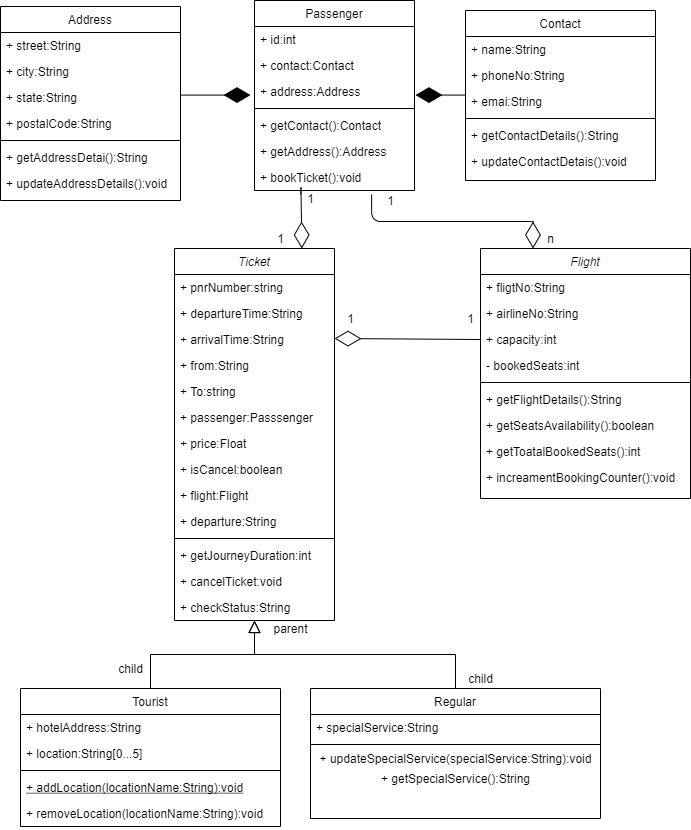
Above: FRSdiagram.png in ankitaaghodake/FRS-Diagram (draw.io), before the change. Source tidied: cells renumbered, new cells last; positions are measured from the earlier drawing's top-left corner, leaving out a move shared by most shapes. Source of this version:
```xml
<mxGraphModel>
  <root>
    <mxCell id="0" />
    <mxCell id="1" parent="0" />
    <mxCell id="2" value="Ticket" style="swimlane;fontStyle=2;align=center;verticalAlign=top;horizontal=1;startSize=26;rounded=0;shadow=0;strokeWidth=1;" parent="1" vertex="1">
      <mxGeometry x="174" y="248" width="160" height="372" as="geometry" />
    </mxCell>
    <mxCell id="3" value="+ pnrNumber:string&#10;&#10;" style="text;align=left;verticalAlign=top;spacingLeft=4;spacingRight=4;overflow=hidden;" parent="2" vertex="1">
      <mxGeometry y="26" width="160" height="26" as="geometry" />
    </mxCell>
    <mxCell id="4" value="+ departureTime:String" style="text;align=left;verticalAlign=top;spacingLeft=4;spacingRight=4;overflow=hidden;rounded=0;shadow=0;html=0;" parent="2" vertex="1">
      <mxGeometry y="52" width="160" height="26" as="geometry" />
    </mxCell>
    <mxCell id="5" value="+ arrivalTime:String" style="text;align=left;verticalAlign=top;spacingLeft=4;spacingRight=4;overflow=hidden;rounded=0;shadow=0;html=0;" parent="2" vertex="1">
      <mxGeometry y="78" width="160" height="26" as="geometry" />
    </mxCell>
    <mxCell id="6" value="+ from:String" style="text;strokeColor=none;fillColor=none;align=left;verticalAlign=top;spacingLeft=4;spacingRight=4;overflow=hidden;" parent="2" vertex="1">
      <mxGeometry y="104" width="160" height="26" as="geometry" />
    </mxCell>
    <mxCell id="7" value="+ To:string" style="text;strokeColor=none;fillColor=none;align=left;verticalAlign=top;spacingLeft=4;spacingRight=4;overflow=hidden;" parent="2" vertex="1">
      <mxGeometry y="130" width="160" height="26" as="geometry" />
    </mxCell>
    <mxCell id="8" value="+ passenger:Passsenger" style="text;strokeColor=none;fillColor=none;align=left;verticalAlign=top;spacingLeft=4;spacingRight=4;overflow=hidden;" parent="2" vertex="1">
      <mxGeometry y="156" width="160" height="26" as="geometry" />
    </mxCell>
    <mxCell id="9" value="+ price:Float" style="text;strokeColor=none;fillColor=none;align=left;verticalAlign=top;spacingLeft=4;spacingRight=4;overflow=hidden;" parent="2" vertex="1">
      <mxGeometry y="182" width="160" height="26" as="geometry" />
    </mxCell>
    <mxCell id="10" value="+ isCancel:boolean" style="text;strokeColor=none;fillColor=none;align=left;verticalAlign=top;spacingLeft=4;spacingRight=4;overflow=hidden;" parent="2" vertex="1">
      <mxGeometry y="208" width="160" height="26" as="geometry" />
    </mxCell>
    <mxCell id="11" value="+ flight:Flight" style="text;strokeColor=none;fillColor=none;align=left;verticalAlign=top;spacingLeft=4;spacingRight=4;overflow=hidden;" parent="2" vertex="1">
      <mxGeometry y="234" width="160" height="26" as="geometry" />
    </mxCell>
    <mxCell id="12" value="+ departure:String" style="text;strokeColor=none;fillColor=none;align=left;verticalAlign=top;spacingLeft=4;spacingRight=4;overflow=hidden;" parent="2" vertex="1">
      <mxGeometry y="260" width="160" height="26" as="geometry" />
    </mxCell>
    <mxCell id="13" style="line;html=1;strokeWidth=1;align=left;verticalAlign=middle;spacingTop=-1;spacingLeft=3;spacingRight=3;labelPosition=right;" parent="2" vertex="1">
      <mxGeometry y="286" width="160" height="8" as="geometry" />
    </mxCell>
    <mxCell id="14" value="+ getJourneyDuration:int" style="text;align=left;verticalAlign=top;spacingLeft=4;spacingRight=4;overflow=hidden;" parent="2" vertex="1">
      <mxGeometry y="294" width="160" height="26" as="geometry" />
    </mxCell>
    <mxCell id="15" value="+ cancelTicket:void" style="text;strokeColor=none;fillColor=none;align=left;verticalAlign=top;spacingLeft=4;spacingRight=4;overflow=hidden;" parent="2" vertex="1">
      <mxGeometry y="320" width="160" height="26" as="geometry" />
    </mxCell>
    <mxCell id="16" value="+ checkStatus:String" style="text;strokeColor=none;fillColor=none;align=left;verticalAlign=top;spacingLeft=4;spacingRight=4;overflow=hidden;" parent="2" vertex="1">
      <mxGeometry y="346" width="160" height="26" as="geometry" />
    </mxCell>
    <mxCell id="17" value="Tourist" style="swimlane;fontStyle=0;align=center;verticalAlign=top;horizontal=1;startSize=26;rounded=0;shadow=0;strokeWidth=1;" parent="1" vertex="1">
      <mxGeometry x="20" y="688" width="260" height="138" as="geometry" />
    </mxCell>
    <mxCell id="18" value="+ hotelAddress:String" style="text;align=left;verticalAlign=top;spacingLeft=4;spacingRight=4;overflow=hidden;" parent="17" vertex="1">
      <mxGeometry y="26" width="260" height="26" as="geometry" />
    </mxCell>
    <mxCell id="19" value="+ location:String[0...5]" style="text;align=left;verticalAlign=top;spacingLeft=4;spacingRight=4;overflow=hidden;rounded=0;shadow=0;html=0;" parent="17" vertex="1">
      <mxGeometry y="52" width="260" height="26" as="geometry" />
    </mxCell>
    <mxCell id="20" style="line;html=1;strokeWidth=1;align=left;verticalAlign=middle;spacingTop=-1;spacingLeft=3;spacingRight=3;labelPosition=right;" parent="17" vertex="1">
      <mxGeometry y="78" width="260" height="8" as="geometry" />
    </mxCell>
    <mxCell id="21" value="+ addLocation(locationName:String):void" style="text;align=left;verticalAlign=top;spacingLeft=4;spacingRight=4;overflow=hidden;fontStyle=4;" parent="17" vertex="1">
      <mxGeometry y="86" width="260" height="26" as="geometry" />
    </mxCell>
    <mxCell id="22" value="+ removeLocation(locationName:String):void" style="text;align=left;verticalAlign=top;spacingLeft=4;spacingRight=4;overflow=hidden;" parent="17" vertex="1">
      <mxGeometry y="112" width="260" height="26" as="geometry" />
    </mxCell>
    <mxCell id="23" style="endArrow=block;endSize=10;endFill=0;shadow=0;strokeWidth=1;rounded=0;edgeStyle=elbowEdgeStyle;elbow=vertical;" parent="1" edge="1" source="17" target="2">
      <mxGeometry relative="1" as="geometry" />
    </mxCell>
    <mxCell id="24" value="Regular" style="swimlane;fontStyle=0;align=center;verticalAlign=top;horizontal=1;startSize=26;rounded=0;shadow=0;strokeWidth=1;" parent="1" vertex="1">
      <mxGeometry x="310" y="688" width="290" height="130" as="geometry" />
    </mxCell>
    <mxCell id="25" value="+ specialService:String" style="text;align=left;verticalAlign=top;spacingLeft=4;spacingRight=4;overflow=hidden;" parent="24" vertex="1">
      <mxGeometry y="26" width="290" height="26" as="geometry" />
    </mxCell>
    <mxCell id="26" style="line;html=1;strokeWidth=1;align=left;verticalAlign=middle;spacingTop=-1;spacingLeft=3;spacingRight=3;labelPosition=right;" parent="24" vertex="1">
      <mxGeometry y="52" width="290" height="8" as="geometry" />
    </mxCell>
    <mxCell id="27" value="+ updateSpecialService(specialService:String):void" style="text;html=1;align=center;verticalAlign=middle;strokeColor=none;" parent="24" vertex="1">
      <mxGeometry y="60" width="290" height="20" as="geometry" />
    </mxCell>
    <mxCell id="28" value="+ getSpecialService():String" style="text;html=1;align=center;verticalAlign=middle;strokeColor=none;" parent="24" vertex="1">
      <mxGeometry y="80" width="290" height="20" as="geometry" />
    </mxCell>
    <mxCell id="29" style="endArrow=block;endSize=10;endFill=0;shadow=0;strokeWidth=1;rounded=0;edgeStyle=elbowEdgeStyle;elbow=vertical;" parent="1" edge="1" source="24" target="2">
      <mxGeometry relative="1" as="geometry" />
    </mxCell>
    <mxCell id="30" value="Address" style="swimlane;fontStyle=0;align=center;verticalAlign=top;horizontal=1;startSize=26;rounded=0;shadow=0;strokeWidth=1;" parent="1" vertex="1">
      <mxGeometry y="6" width="180" height="194" as="geometry" />
    </mxCell>
    <mxCell id="31" value="+ street:String" style="text;align=left;verticalAlign=top;spacingLeft=4;spacingRight=4;overflow=hidden;" parent="30" vertex="1">
      <mxGeometry y="26" width="180" height="26" as="geometry" />
    </mxCell>
    <mxCell id="32" value="+ city:String" style="text;align=left;verticalAlign=top;spacingLeft=4;spacingRight=4;overflow=hidden;rounded=0;shadow=0;html=0;" parent="30" vertex="1">
      <mxGeometry y="52" width="180" height="26" as="geometry" />
    </mxCell>
    <mxCell id="33" value="+ state:String" style="text;align=left;verticalAlign=top;spacingLeft=4;spacingRight=4;overflow=hidden;rounded=0;shadow=0;html=0;" parent="30" vertex="1">
      <mxGeometry y="78" width="180" height="26" as="geometry" />
    </mxCell>
    <mxCell id="34" value="+ postalCode:String" style="text;align=left;verticalAlign=top;spacingLeft=4;spacingRight=4;overflow=hidden;rounded=0;shadow=0;html=0;" parent="30" vertex="1">
      <mxGeometry y="104" width="180" height="26" as="geometry" />
    </mxCell>
    <mxCell id="35" style="line;html=1;strokeWidth=1;align=left;verticalAlign=middle;spacingTop=-1;spacingLeft=3;spacingRight=3;labelPosition=right;" parent="30" vertex="1">
      <mxGeometry y="130" width="180" height="8" as="geometry" />
    </mxCell>
    <mxCell id="36" value="+ getAddressDetai():String" style="text;align=left;verticalAlign=top;spacingLeft=4;spacingRight=4;overflow=hidden;" parent="30" vertex="1">
      <mxGeometry y="138" width="180" height="26" as="geometry" />
    </mxCell>
    <mxCell id="37" value="+ updateAddressDetails():void" style="text;align=left;verticalAlign=top;spacingLeft=4;spacingRight=4;overflow=hidden;" parent="30" vertex="1">
      <mxGeometry y="164" width="180" height="30" as="geometry" />
    </mxCell>
    <mxCell id="38" value="Contact" style="swimlane;fontStyle=0;align=center;verticalAlign=top;horizontal=1;startSize=26;rounded=0;shadow=0;strokeWidth=1;" parent="1" vertex="1">
      <mxGeometry x="465" y="10" width="190" height="170" as="geometry" />
    </mxCell>
    <mxCell id="39" value="+ name:String" style="text;align=left;verticalAlign=top;spacingLeft=4;spacingRight=4;overflow=hidden;" parent="38" vertex="1">
      <mxGeometry y="26" width="190" height="26" as="geometry" />
    </mxCell>
    <mxCell id="40" value="+ phoneNo:String" style="text;align=left;verticalAlign=top;spacingLeft=4;spacingRight=4;overflow=hidden;rounded=0;shadow=0;html=0;" parent="38" vertex="1">
      <mxGeometry y="52" width="190" height="26" as="geometry" />
    </mxCell>
    <mxCell id="41" value="+ emai:String" style="text;align=left;verticalAlign=top;spacingLeft=4;spacingRight=4;overflow=hidden;rounded=0;shadow=0;html=0;" parent="38" vertex="1">
      <mxGeometry y="78" width="190" height="26" as="geometry" />
    </mxCell>
    <mxCell id="42" style="line;html=1;strokeWidth=1;align=left;verticalAlign=middle;spacingTop=-1;spacingLeft=3;spacingRight=3;labelPosition=right;" parent="38" vertex="1">
      <mxGeometry y="104" width="190" height="8" as="geometry" />
    </mxCell>
    <mxCell id="43" value="+ getContactDetails():String" style="text;align=left;verticalAlign=top;spacingLeft=4;spacingRight=4;overflow=hidden;" parent="38" vertex="1">
      <mxGeometry y="112" width="190" height="26" as="geometry" />
    </mxCell>
    <mxCell id="44" value="+ updateContactDetais():void" style="text;align=left;verticalAlign=top;spacingLeft=4;spacingRight=4;overflow=hidden;" parent="38" vertex="1">
      <mxGeometry y="138" width="190" height="26" as="geometry" />
    </mxCell>
    <mxCell id="45" value="Passenger" style="swimlane;fontStyle=0;align=center;verticalAlign=top;horizontal=1;startSize=26;rounded=0;shadow=0;strokeWidth=1;" parent="1" vertex="1">
      <mxGeometry x="254" width="160" height="190" as="geometry" />
    </mxCell>
    <mxCell id="46" value="+ id:int" style="text;align=left;verticalAlign=top;spacingLeft=4;spacingRight=4;overflow=hidden;" parent="45" vertex="1">
      <mxGeometry y="26" width="160" height="26" as="geometry" />
    </mxCell>
    <mxCell id="47" value="+ contact:Contact" style="text;align=left;verticalAlign=top;spacingLeft=4;spacingRight=4;overflow=hidden;rounded=0;shadow=0;html=0;" parent="45" vertex="1">
      <mxGeometry y="52" width="160" height="26" as="geometry" />
    </mxCell>
    <mxCell id="48" value="+ address:Address" style="text;align=left;verticalAlign=top;spacingLeft=4;spacingRight=4;overflow=hidden;rounded=0;shadow=0;html=0;" parent="45" vertex="1">
      <mxGeometry y="78" width="160" height="26" as="geometry" />
    </mxCell>
    <mxCell id="49" style="line;html=1;strokeWidth=1;align=left;verticalAlign=middle;spacingTop=-1;spacingLeft=3;spacingRight=3;labelPosition=right;" parent="45" vertex="1">
      <mxGeometry y="104" width="160" height="8" as="geometry" />
    </mxCell>
    <mxCell id="50" value="+ getContact():Contact" style="text;align=left;verticalAlign=top;spacingLeft=4;spacingRight=4;overflow=hidden;" parent="45" vertex="1">
      <mxGeometry y="112" width="160" height="26" as="geometry" />
    </mxCell>
    <mxCell id="51" value="+ getAddress():Address" style="text;align=left;verticalAlign=top;spacingLeft=4;spacingRight=4;overflow=hidden;" parent="45" vertex="1">
      <mxGeometry y="138" width="160" height="26" as="geometry" />
    </mxCell>
    <mxCell id="52" value="+ bookTicket():void" style="text;align=left;verticalAlign=top;spacingLeft=4;spacingRight=4;overflow=hidden;points=[[0,0.5],[1,0.5]];portConstraint=eastwest;" parent="45" vertex="1">
      <mxGeometry y="164" width="160" height="26" as="geometry" />
    </mxCell>
    <mxCell id="53" value="Flight" style="swimlane;fontStyle=2;align=center;verticalAlign=top;horizontal=1;startSize=26;rounded=0;shadow=0;strokeWidth=1;" parent="1" vertex="1">
      <mxGeometry x="480" y="248" width="210" height="250" as="geometry" />
    </mxCell>
    <mxCell id="54" value="+ fligtNo:String" style="text;align=left;verticalAlign=top;spacingLeft=4;spacingRight=4;overflow=hidden;" parent="53" vertex="1">
      <mxGeometry y="26" width="210" height="26" as="geometry" />
    </mxCell>
    <mxCell id="55" value="+ airlineNo:String" style="text;align=left;verticalAlign=top;spacingLeft=4;spacingRight=4;overflow=hidden;rounded=0;shadow=0;html=0;" parent="53" vertex="1">
      <mxGeometry y="52" width="210" height="26" as="geometry" />
    </mxCell>
    <mxCell id="56" value="+ capacity:int" style="text;align=left;verticalAlign=top;spacingLeft=4;spacingRight=4;overflow=hidden;points=[[0,0.5],[1,0.5]];portConstraint=eastwest;rounded=0;shadow=0;html=0;" parent="53" vertex="1">
      <mxGeometry y="78" width="210" height="26" as="geometry" />
    </mxCell>
    <mxCell id="57" value="- bookedSeats:int" style="text;strokeColor=none;fillColor=none;align=left;verticalAlign=top;spacingLeft=4;spacingRight=4;overflow=hidden;" parent="53" vertex="1">
      <mxGeometry y="104" width="210" height="26" as="geometry" />
    </mxCell>
    <mxCell id="58" style="line;html=1;strokeWidth=1;align=left;verticalAlign=middle;spacingTop=-1;spacingLeft=3;spacingRight=3;labelPosition=right;" parent="53" vertex="1">
      <mxGeometry y="130" width="210" height="8" as="geometry" />
    </mxCell>
    <mxCell id="59" value="+ getFlightDetails():String" style="text;align=left;verticalAlign=top;spacingLeft=4;spacingRight=4;overflow=hidden;" parent="53" vertex="1">
      <mxGeometry y="138" width="210" height="26" as="geometry" />
    </mxCell>
    <mxCell id="60" value="+ getSeatsAvailability():boolean" style="text;strokeColor=none;fillColor=none;align=left;verticalAlign=top;spacingLeft=4;spacingRight=4;overflow=hidden;" parent="53" vertex="1">
      <mxGeometry y="164" width="210" height="26" as="geometry" />
    </mxCell>
    <mxCell id="61" value="+ getToatalBookedSeats():int" style="text;strokeColor=none;fillColor=none;align=left;verticalAlign=top;spacingLeft=4;spacingRight=4;overflow=hidden;" parent="53" vertex="1">
      <mxGeometry y="190" width="210" height="26" as="geometry" />
    </mxCell>
    <mxCell id="62" value="+ increamentBookingCounter():void" style="text;strokeColor=none;fillColor=none;align=left;verticalAlign=top;spacingLeft=4;spacingRight=4;overflow=hidden;" parent="53" vertex="1">
      <mxGeometry y="216" width="210" height="26" as="geometry" />
    </mxCell>
    <mxCell id="63" style="endArrow=diamondThin;endFill=0;endSize=24;html=1;exitX=0;exitY=0.5;exitDx=0;exitDy=0;" parent="1" edge="1" source="56">
      <mxGeometry relative="1" as="geometry">
        <mxPoint x="334" y="338" as="targetPoint" />
      </mxGeometry>
    </mxCell>
    <mxCell id="64" value="1" style="text;html=1;align=center;verticalAlign=middle;strokeColor=none;" parent="1" vertex="1">
      <mxGeometry x="340" y="308" width="20" height="20" as="geometry" />
    </mxCell>
    <mxCell id="65" value="1" style="text;html=1;align=center;verticalAlign=middle;strokeColor=none;" parent="1" vertex="1">
      <mxGeometry x="460" y="308" width="20" height="20" as="geometry" />
    </mxCell>
    <mxCell id="66" style="endArrow=diamondThin;endFill=0;endSize=24;html=1;edgeStyle=elbowEdgeStyle;elbow=vertical;entryX=0.25;entryY=0;entryDx=0;entryDy=0;exitX=0.732;exitY=1.154;exitDx=0;exitDy=0;exitPerimeter=0;" parent="1" edge="1" source="52" target="53">
      <mxGeometry relative="1" as="geometry" />
    </mxCell>
    <mxCell id="67" value="1" style="text;html=1;align=center;verticalAlign=middle;strokeColor=none;" parent="1" vertex="1">
      <mxGeometry x="380" y="190" width="20" height="20" as="geometry" />
    </mxCell>
    <mxCell id="68" value="n" style="text;html=1;align=center;verticalAlign=middle;strokeColor=none;" parent="1" vertex="1">
      <mxGeometry x="540" y="228" width="20" height="20" as="geometry" />
    </mxCell>
    <mxCell id="69" style="endArrow=diamondThin;endFill=1;endSize=24;html=1;" parent="1" edge="1">
      <mxGeometry relative="1" as="geometry">
        <mxPoint x="180" y="94.6" as="sourcePoint" />
        <mxPoint x="250" y="94.6" as="targetPoint" />
      </mxGeometry>
    </mxCell>
    <mxCell id="70" style="endArrow=diamondThin;endFill=1;endSize=24;html=1;" parent="1" edge="1">
      <mxGeometry relative="1" as="geometry">
        <mxPoint x="465" y="94.6" as="sourcePoint" />
        <mxPoint x="415" y="94.6" as="targetPoint" />
      </mxGeometry>
    </mxCell>
    <mxCell id="71" style="endArrow=diamondThin;endFill=0;endSize=24;html=1;edgeStyle=elbowEdgeStyle;elbow=vertical;entryX=0.25;entryY=0;entryDx=0;entryDy=0;exitX=0.29;exitY=1.122;exitDx=0;exitDy=0;exitPerimeter=0;" parent="1" edge="1" source="52">
      <mxGeometry relative="1" as="geometry">
        <mxPoint x="301.4" y="248" as="targetPoint" />
        <Array as="points">
          <mxPoint x="170" y="184" />
        </Array>
      </mxGeometry>
    </mxCell>
    <mxCell id="72" value="1" style="text;html=1;align=center;verticalAlign=middle;strokeColor=none;" parent="1" vertex="1">
      <mxGeometry x="270" y="228" width="20" height="20" as="geometry" />
    </mxCell>
    <mxCell id="73" value="1" style="text;html=1;align=center;verticalAlign=middle;strokeColor=none;" parent="1" vertex="1">
      <mxGeometry x="300" y="188" width="20" height="20" as="geometry" />
    </mxCell>
    <mxCell id="74" value="child" style="text;html=1;align=center;verticalAlign=middle;strokeColor=none;" parent="1" vertex="1">
      <mxGeometry x="110" y="658" width="40" height="20" as="geometry" />
    </mxCell>
    <mxCell id="75" value="child" style="text;html=1;align=center;verticalAlign=middle;strokeColor=none;" parent="1" vertex="1">
      <mxGeometry x="460" y="668" width="40" height="20" as="geometry" />
    </mxCell>
    <mxCell id="76" value="parent" style="text;html=1;align=center;verticalAlign=middle;strokeColor=none;" parent="1" vertex="1">
      <mxGeometry x="265" y="618" width="50" height="20" as="geometry" />
    </mxCell>
  </root>
</mxGraphModel>
```
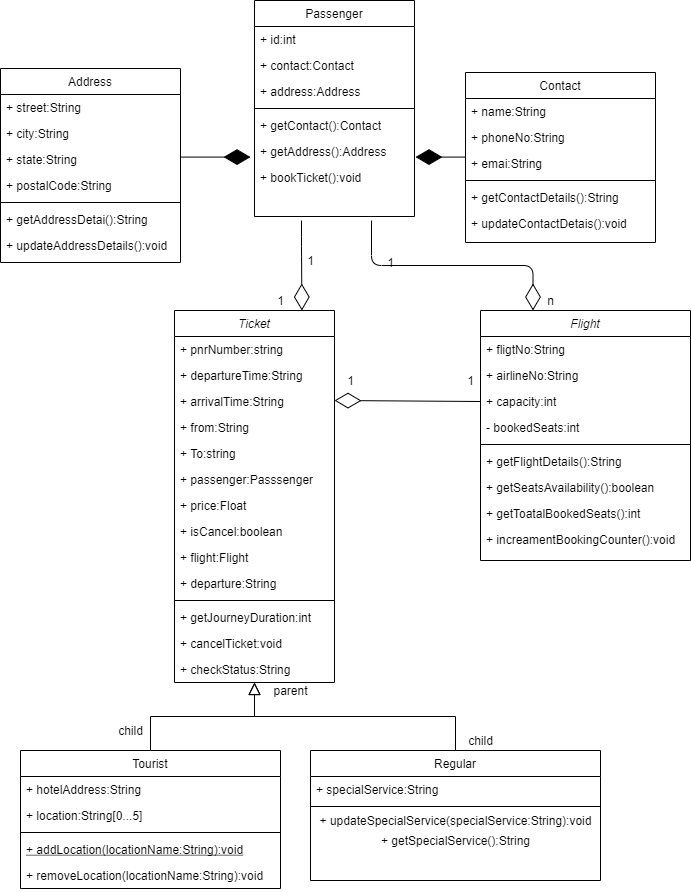
After the commit.

What changed in the source:
```diff
@@ -132,7 +132,7 @@
       <mxGeometry y="138" width="190" height="26" as="geometry" />
     </mxCell>
     <mxCell id="45" value="Passenger" style="swimlane;fontStyle=0;align=center;verticalAlign=top;horizontal=1;startSize=26;rounded=0;shadow=0;strokeWidth=1;" parent="1" vertex="1">
-      <mxGeometry x="254" width="160" height="190" as="geometry" />
+      <mxGeometry x="254" y="-62" width="160" height="216" as="geometry" />
     </mxCell>
     <mxCell id="46" value="+ id:int" style="text;align=left;verticalAlign=top;spacingLeft=4;spacingRight=4;overflow=hidden;" parent="45" vertex="1">
       <mxGeometry y="26" width="160" height="26" as="geometry" />
@@ -196,8 +196,10 @@
     <mxCell id="65" value="1" style="text;html=1;align=center;verticalAlign=middle;strokeColor=none;" parent="1" vertex="1">
       <mxGeometry x="460" y="308" width="20" height="20" as="geometry" />
     </mxCell>
-    <mxCell id="66" style="endArrow=diamondThin;endFill=0;endSize=24;html=1;edgeStyle=elbowEdgeStyle;elbow=vertical;entryX=0.25;entryY=0;entryDx=0;entryDy=0;exitX=0.732;exitY=1.154;exitDx=0;exitDy=0;exitPerimeter=0;" parent="1" edge="1" source="52" target="53">
-      <mxGeometry relative="1" as="geometry" />
+    <mxCell id="66" style="endArrow=diamondThin;endFill=0;endSize=24;html=1;edgeStyle=elbowEdgeStyle;elbow=vertical;entryX=0.25;entryY=0;entryDx=0;entryDy=0;" parent="1" edge="1" target="53">
+      <mxGeometry relative="1" as="geometry">
+        <mxPoint x="371" y="158" as="sourcePoint" />
+      </mxGeometry>
     </mxCell>
     <mxCell id="67" value="1" style="text;html=1;align=center;verticalAlign=middle;strokeColor=none;" parent="1" vertex="1">
       <mxGeometry x="380" y="190" width="20" height="20" as="geometry" />
@@ -217,8 +219,9 @@
         <mxPoint x="415" y="94.6" as="targetPoint" />
       </mxGeometry>
     </mxCell>
-    <mxCell id="71" style="endArrow=diamondThin;endFill=0;endSize=24;html=1;edgeStyle=elbowEdgeStyle;elbow=vertical;entryX=0.25;entryY=0;entryDx=0;entryDy=0;exitX=0.29;exitY=1.122;exitDx=0;exitDy=0;exitPerimeter=0;" parent="1" edge="1" source="52">
+    <mxCell id="71" style="endArrow=diamondThin;endFill=0;endSize=24;html=1;edgeStyle=elbowEdgeStyle;elbow=vertical;entryX=0.25;entryY=0;entryDx=0;entryDy=0;" parent="1" edge="1">
       <mxGeometry relative="1" as="geometry">
+        <mxPoint x="301" y="158" as="sourcePoint" />
         <mxPoint x="301.4" y="248" as="targetPoint" />
         <Array as="points">
           <mxPoint x="170" y="184" />
```
